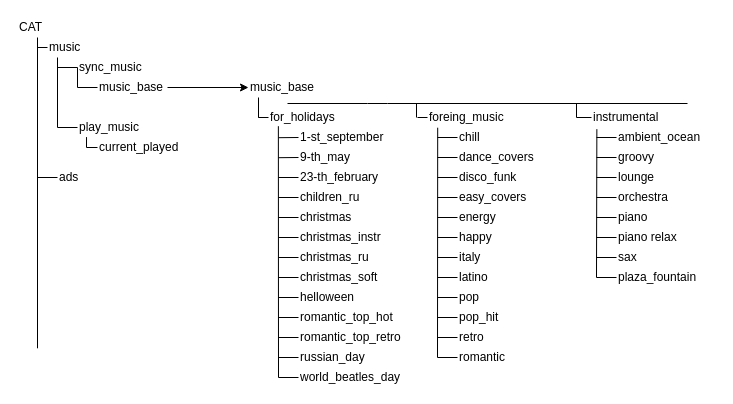
lex1010011010/a1-network-map keeps this draw.io diagram as data structure.drawio. Above is the earlier version. Source tidied: cells renumbered, new cells numbered last; positions are measured from the earlier drawing's top-left corner, leaving out a move shared by most shapes. Both pictures are drawn from the tidied source at 100%, with x=0, y=0 at pixel (17, 17).
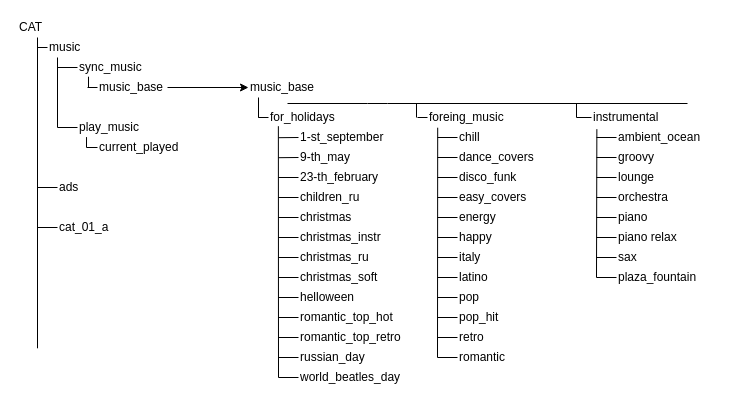
Above is the later version.

Unchanged cells that the change refers to:
```xml
<mxCell id="82" value="sync_music" style="text;html=1;strokeColor=none;fillColor=none;align=left;verticalAlign=middle;whiteSpace=wrap;rounded=0;" parent="1" vertex="1">
  <mxGeometry x="60" y="40" width="70" height="20" as="geometry" />
</mxCell>
<mxCell id="85" value="music_base" style="text;html=1;strokeColor=none;fillColor=none;align=left;verticalAlign=middle;whiteSpace=wrap;rounded=0;" parent="1" vertex="1">
  <mxGeometry x="80" y="60" width="70" height="20" as="geometry" />
</mxCell>
```

Diff of the diagram source:
```diff
@@
     <mxCell id="86" value="ads" style="text;html=1;strokeColor=none;fillColor=none;align=left;verticalAlign=middle;whiteSpace=wrap;rounded=0;" parent="1" vertex="1">
-      <mxGeometry x="40" y="150" width="30" height="20" as="geometry" />
+      <mxGeometry x="40" y="160" width="30" height="20" as="geometry" />
     </mxCell>
@@
     <mxCell id="89" style="endArrow=none;html=1;entryX=0;entryY=0.5;entryDx=0;entryDy=0;align=left;" parent="1" edge="1" target="85">
       <mxGeometry relative="1" as="geometry">
-        <mxPoint x="60" y="70" as="sourcePoint" />
+        <mxPoint x="70" y="70" as="sourcePoint" />
       </mxGeometry>
     </mxCell>
-    <mxCell id="90" style="endArrow=none;html=1;entryX=0;entryY=0.5;entryDx=0;entryDy=0;align=left;" parent="1" edge="1" target="82">
-      <mxGeometry relative="1" as="geometry">
-        <mxPoint x="60" y="70" as="sourcePoint" />
-      </mxGeometry>
-    </mxCell>
@@
     <mxCell id="100" style="endArrow=none;html=1;entryX=0;entryY=0.5;entryDx=0;entryDy=0;align=left;" parent="1" edge="1" target="86">
       <mxGeometry relative="1" as="geometry">
-        <mxPoint x="20" y="160" as="sourcePoint" />
+        <mxPoint x="20" y="170" as="sourcePoint" />
       </mxGeometry>
     </mxCell>
+    <mxCell id="101" value="cat_01_a" style="text;html=1;strokeColor=none;fillColor=none;align=left;verticalAlign=middle;whiteSpace=wrap;rounded=0;" parent="1" vertex="1">
+      <mxGeometry x="40" y="200" width="60" height="20" as="geometry" />
+    </mxCell>
+    <mxCell id="102" style="endArrow=none;html=1;align=left;entryX=0;entryY=0.5;entryDx=0;entryDy=0;" parent="1" edge="1" target="101">
+      <mxGeometry relative="1" as="geometry">
+        <mxPoint x="20" y="210" as="sourcePoint" />
+      </mxGeometry>
+    </mxCell>
+    <mxCell id="103" style="endArrow=none;html=1;align=left;entryX=0.157;entryY=0.96;entryDx=0;entryDy=0;entryPerimeter=0;" parent="1" edge="1" target="82">
+      <mxGeometry relative="1" as="geometry">
+        <mxPoint x="71" y="70" as="sourcePoint" />
+      </mxGeometry>
+    </mxCell>
```
